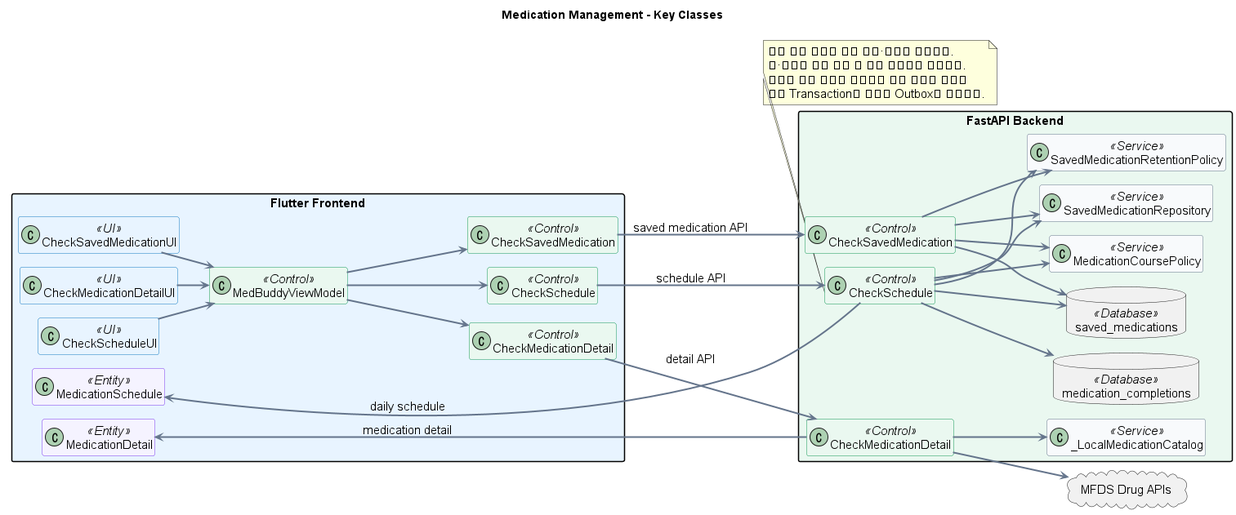
1window2/MedBuddy keeps this PlantUML diagram as docs/UML/class/03_MedicationManagement.png. Above is the earlier version.
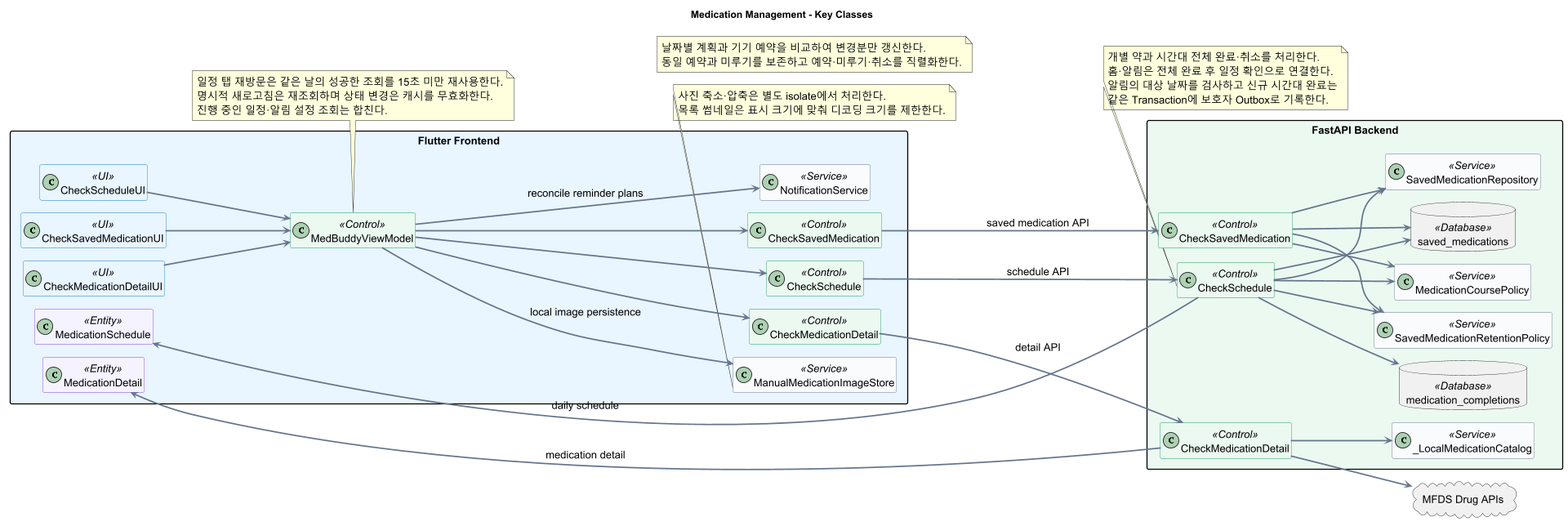
After the change.

The edit, as a diff of the source:
```diff
@@ -9,7 +9,7 @@
 skinparam backgroundColor white
 skinparam shadowing false
 skinparam linetype ortho
-skinparam defaultFontName Arial
+skinparam defaultFontName SansSerif
 skinparam defaultFontSize 15
 skinparam ArrowColor #64748B
 skinparam ArrowThickness 2
@@ -35,6 +35,8 @@
   class CheckSavedMedicationUI <<UI>>
   class CheckMedicationDetailUI <<UI>>
   class MedBuddyViewModel <<Control>>
+  class NotificationService <<Service>>
+  class ManualMedicationImageStore <<Service>>
   class "CheckSchedule" as FCheckSchedule <<Control>>
   class "CheckSavedMedication" as FCheckSavedMedication <<Control>>
   class "CheckMedicationDetail" as FCheckMedicationDetail <<Control>>
@@ -62,6 +64,22 @@
 MedBuddyViewModel --> FCheckSchedule
 MedBuddyViewModel --> FCheckSavedMedication
 MedBuddyViewModel --> FCheckMedicationDetail
+MedBuddyViewModel --> NotificationService : reconcile reminder plans
+MedBuddyViewModel --> ManualMedicationImageStore : local image persistence
+
+note bottom of MedBuddyViewModel
+  일정 탭 재방문은 같은 날의 성공한 조회를 15초 미만 재사용한다.
+  명시적 새로고침은 재조회하며 상태 변경은 캐시를 무효화한다.
+  진행 중인 일정·알림 설정 조회는 합친다.
+end note
+note bottom of NotificationService
+  날짜별 계획과 기기 예약을 비교하여 변경분만 갱신한다.
+  동일 예약과 미루기를 보존하고 예약·미루기·취소를 직렬화한다.
+end note
+note bottom of ManualMedicationImageStore
+  사진 축소·압축은 별도 isolate에서 처리한다.
+  목록 썸네일은 표시 크기에 맞춰 디코딩 크기를 제한한다.
+end note
 
 FCheckSchedule --> BCheckSchedule : schedule API
 FCheckSavedMedication --> BCheckSavedMedication : saved medication API
```
